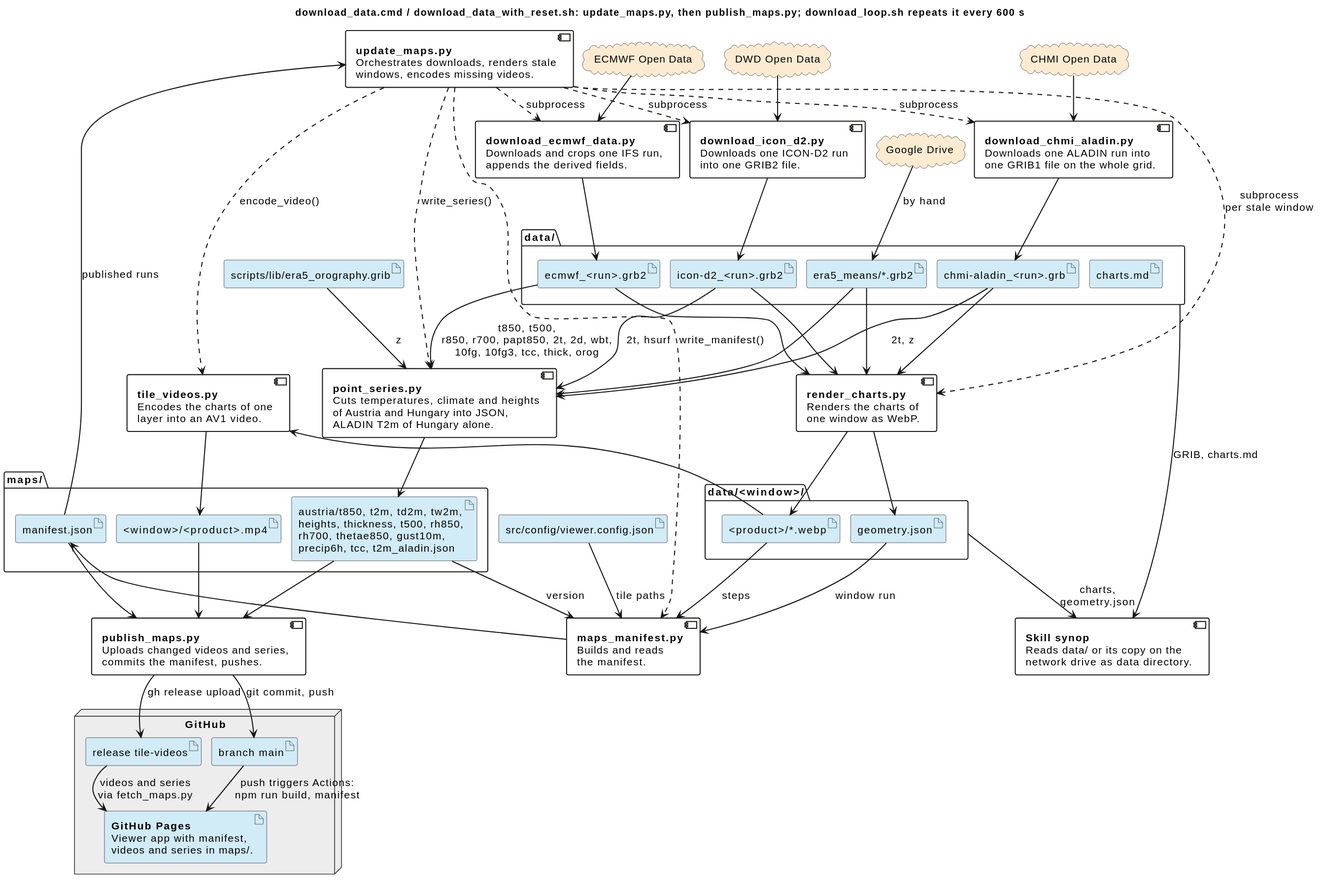
schletz/wetterkartenviewer keeps this PlantUML diagram as docs/pipeline.svg. Above is the earlier version.
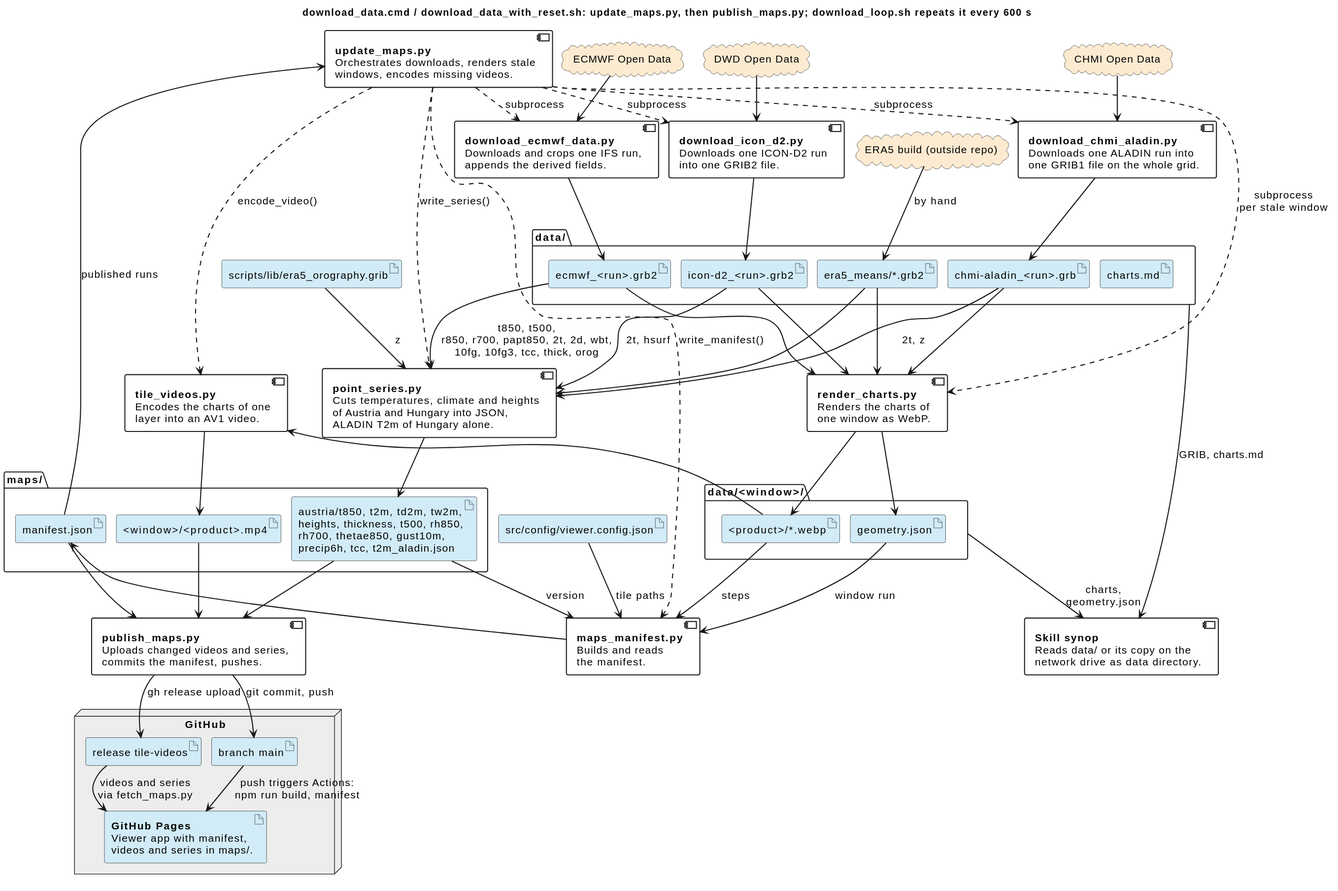
After the change.

Change to the diagram source:
```diff
@@ -45,7 +45,7 @@
 cloud "ECMWF Open Data" as ecmwf
 cloud "DWD Open Data" as dwd
 cloud "CHMI Open Data" as chmi
-cloud "Google Drive" as gdrive
+cloud "ERA5 build (outside repo)" as era5build
 component update_maps [
  **update_maps.py**
  Orchestrates downloads, renders stale
@@ -134,7 +134,7 @@
 ecmwf --> download_ecmwf
 dwd --> download_icon
 chmi --> download_aladin
-gdrive --> era5 : by hand
+era5build --> era5 : by hand
 download_ecmwf --> ecmwf_grib
 download_icon --> icon_grib
 download_aladin --> aladin_grib
```
